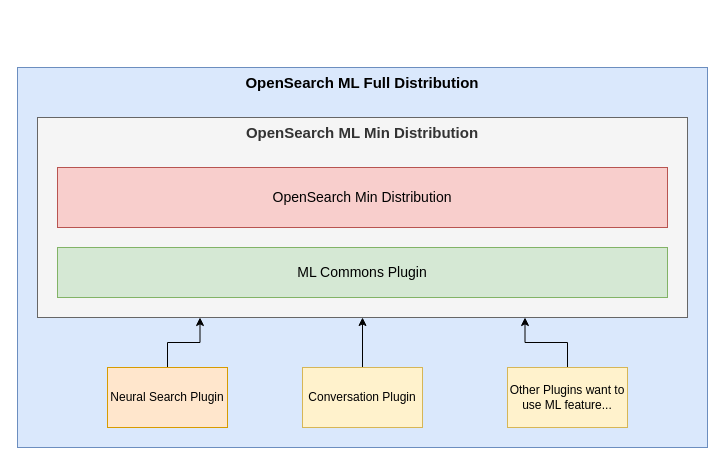
Earlier version of the draw.io diagram page "Page-1" (1 of 3) of OpenSearch/ml-Commons-architecture.drawio (navneet1v/FlowDiagram). Source tidied: cells renumbered, new cells numbered last; positions are measured from the earlier drawing's top-left corner, leaving out a move shared by most shapes. Both pictures are drawn from the tidied source at 100%, with x=0, y=0 at pixel (17, 67).
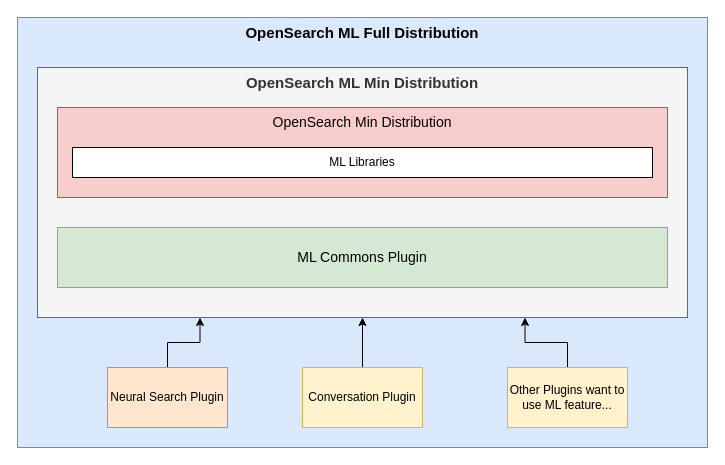
After the change.

The edit, as a diff of the source:
```diff
@@
 <mxGraphModel>
   <root>
     <mxCell id="0" />
     <mxCell id="1" parent="0" />
     <mxCell id="2" value="&lt;b&gt;&lt;font style=&quot;font-size: 15px;&quot;&gt;OpenSearch ML Full Distribution&lt;/font&gt;&lt;/b&gt;" style="rounded=0;whiteSpace=wrap;html=1;horizontal=1;verticalAlign=top;fillColor=#dae8fc;strokeColor=#6c8ebf;" parent="1" vertex="1">
-      <mxGeometry width="690" height="380" as="geometry" />
+      <mxGeometry y="-50" width="690" height="430" as="geometry" />
     </mxCell>
     <mxCell id="3" value="&lt;b&gt;&lt;font style=&quot;font-size: 15px;&quot;&gt;OpenSearch ML Min Distribution&lt;/font&gt;&lt;/b&gt;" style="rounded=0;whiteSpace=wrap;html=1;horizontal=1;verticalAlign=top;fillColor=#f5f5f5;fontColor=#333333;strokeColor=#666666;" parent="1" vertex="1">
-      <mxGeometry x="20" y="50" width="650" height="200" as="geometry" />
+      <mxGeometry x="20" width="650" height="250" as="geometry" />
     </mxCell>
-    <mxCell id="4" value="&lt;font style=&quot;font-size: 14px;&quot;&gt;OpenSearch Min Distribution&lt;/font&gt;" style="rounded=0;whiteSpace=wrap;html=1;fillColor=#f8cecc;strokeColor=#b85450;" parent="1" vertex="1">
-      <mxGeometry x="40" y="100" width="610" height="60" as="geometry" />
+    <mxCell id="4" value="&lt;font style=&quot;font-size: 14px;&quot;&gt;OpenSearch Min Distribution&lt;/font&gt;" style="rounded=0;whiteSpace=wrap;html=1;fillColor=#f8cecc;strokeColor=#b85450;verticalAlign=top;" parent="1" vertex="1">
+      <mxGeometry x="40" y="40" width="610" height="90" as="geometry" />
     </mxCell>
     <mxCell id="5" value="&lt;font style=&quot;font-size: 14px;&quot;&gt;ML Commons Plugin&lt;/font&gt;" style="rounded=0;whiteSpace=wrap;html=1;fillColor=#d5e8d4;strokeColor=#82b366;" parent="1" vertex="1">
-      <mxGeometry x="40" y="180" width="610" height="50" as="geometry" />
+      <mxGeometry x="40" y="160" width="610" height="60" as="geometry" />
     </mxCell>
     <mxCell id="6" style="edgeStyle=orthogonalEdgeStyle;rounded=0;jettySize=auto;html=1;exitX=0.5;exitY=0;exitDx=0;exitDy=0;entryX=0.25;entryY=1;entryDx=0;entryDy=0;" parent="1" edge="1" source="7" target="3">
       <mxGeometry relative="1" as="geometry" />
     </mxCell>
     <mxCell id="7" value="Neural Search Plugin" style="rounded=0;whiteSpace=wrap;html=1;fillColor=#ffe6cc;strokeColor=#d79b00;" parent="1" vertex="1">
       <mxGeometry x="90" y="300" width="120" height="60" as="geometry" />
     </mxCell>
     <mxCell id="8" style="edgeStyle=orthogonalEdgeStyle;rounded=0;jettySize=auto;html=1;exitX=0.5;exitY=0;exitDx=0;exitDy=0;entryX=0.5;entryY=1;entryDx=0;entryDy=0;" parent="1" edge="1" source="9" target="3">
       <mxGeometry relative="1" as="geometry" />
     </mxCell>
     <mxCell id="9" value="Conversation Plugin" style="rounded=0;whiteSpace=wrap;html=1;fillColor=#fff2cc;strokeColor=#d6b656;" parent="1" vertex="1">
       <mxGeometry x="285" y="300" width="120" height="60" as="geometry" />
     </mxCell>
     <mxCell id="10" style="edgeStyle=orthogonalEdgeStyle;rounded=0;jettySize=auto;html=1;exitX=0.5;exitY=0;exitDx=0;exitDy=0;entryX=0.75;entryY=1;entryDx=0;entryDy=0;" parent="1" edge="1" source="11" target="3">
       <mxGeometry relative="1" as="geometry" />
     </mxCell>
     <mxCell id="11" value="Other Plugins want to use ML feature..." style="rounded=0;whiteSpace=wrap;html=1;fillColor=#fff2cc;strokeColor=#d6b656;" parent="1" vertex="1">
       <mxGeometry x="490" y="300" width="120" height="60" as="geometry" />
     </mxCell>
+    <mxCell id="12" value="ML Libraries" style="rounded=0;whiteSpace=wrap;html=1;" parent="1" vertex="1">
+      <mxGeometry x="55" y="80" width="580" height="30" as="geometry" />
+    </mxCell>
   </root>
 </mxGraphModel>
```
